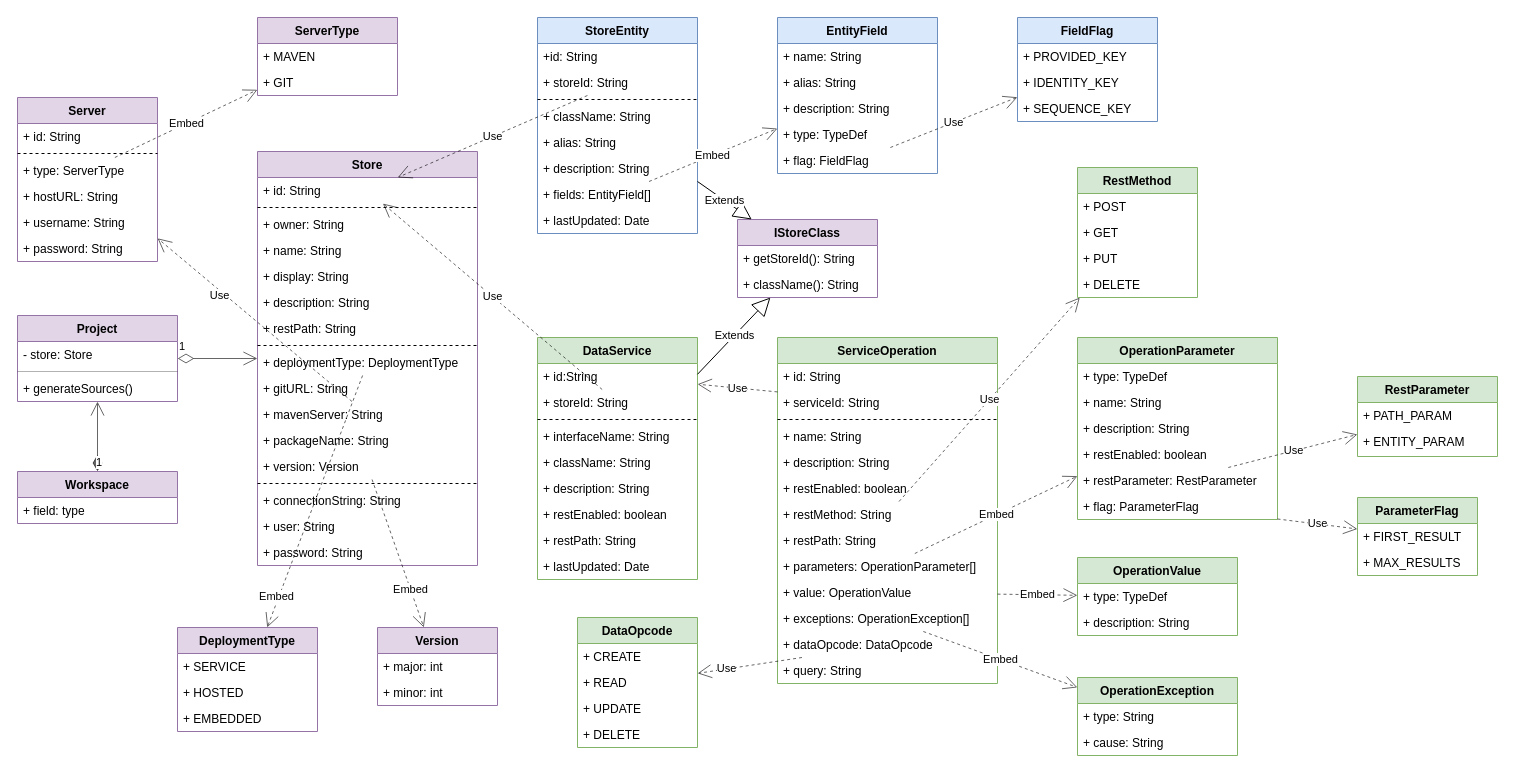
The draw.io diagram page "API Gateway Meta" (1 of 7) of doc/diagrams.drawio in js-lib-com/tiny-store, before the edit. Source tidied: cells renumbered, new cells numbered last; positions are measured from the earlier drawing's top-left corner, leaving out a move shared by most shapes. Both pictures are drawn from the tidied source at 100%, with x=0, y=0 at pixel (17, 17).
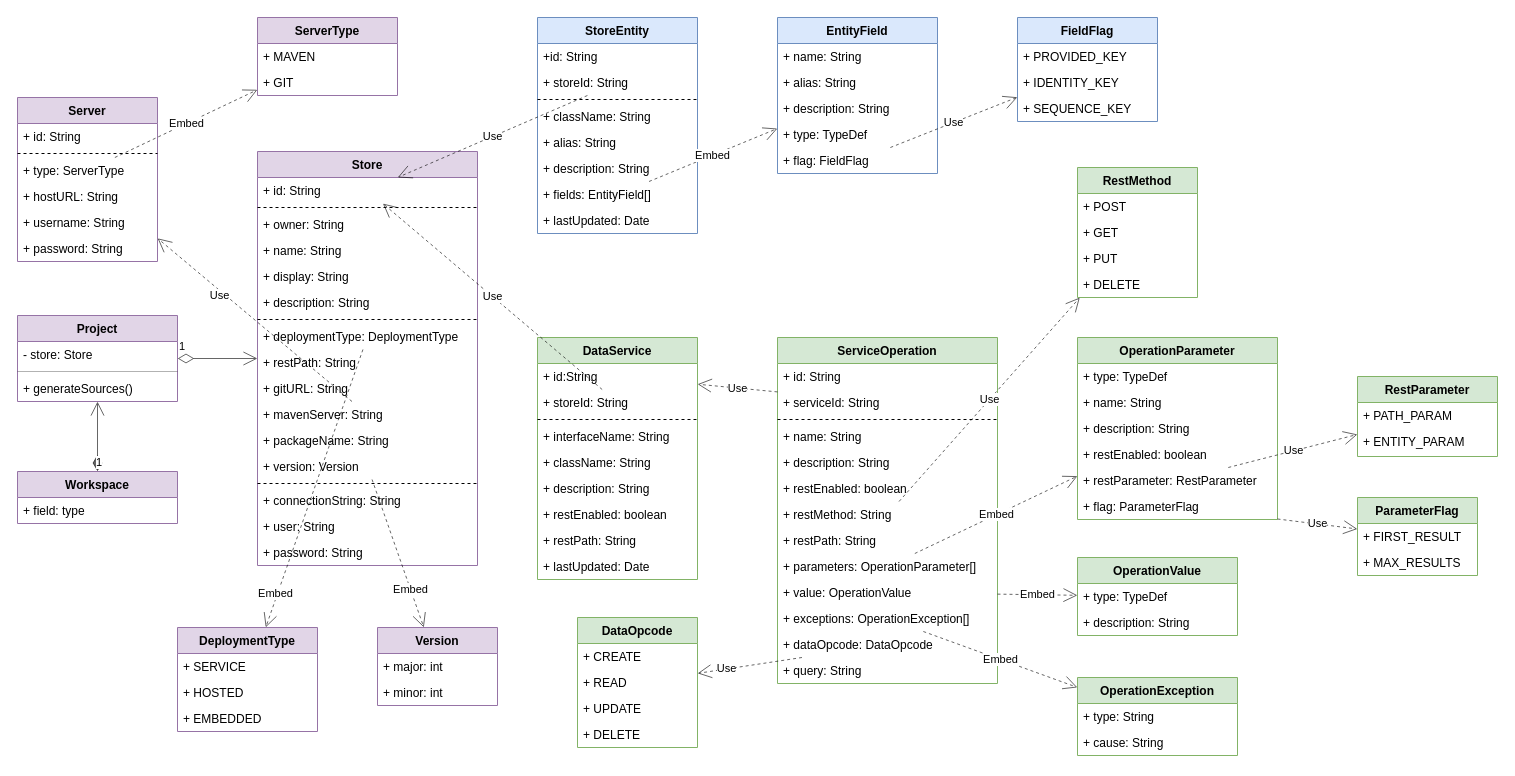
After the change.

Unchanged cells that the change refers to:
```xml
<mxCell id="2" value="Store" style="swimlane;fontStyle=1;align=center;verticalAlign=top;horizontal=1;startSize=26;rounded=0;fillColor=#e1d5e7;strokeColor=#9673a6;" parent="1" vertex="1">
  <mxGeometry x="240" y="134" width="220" height="414" as="geometry" />
</mxCell>
<mxCell id="20" value="StoreEntity" style="swimlane;fontStyle=1;align=center;verticalAlign=top;horizontal=1;startSize=26;rounded=0;fillColor=#dae8fc;strokeColor=#6c8ebf;" parent="1" vertex="1">
  <mxGeometry x="520" width="160" height="216" as="geometry" />
</mxCell>
<mxCell id="29" value="DataService" style="swimlane;fontStyle=1;align=center;verticalAlign=top;horizontal=1;startSize=26;rounded=0;fillColor=#d5e8d4;strokeColor=#82b366;" parent="1" vertex="1">
  <mxGeometry x="520" y="320" width="160" height="242" as="geometry" />
</mxCell>
```

Change to the diagram source:
```diff
@@
-    <mxCell id="9" value="+ restPath: String" style="text;strokeColor=none;fillColor=none;align=left;verticalAlign=top;spacingLeft=4;spacingRight=4;overflow=hidden;" parent="2" vertex="1">
-      <mxGeometry y="164" width="220" height="26" as="geometry" />
-    </mxCell>
     <mxCell id="10" style="line;strokeWidth=1;fillColor=none;align=left;verticalAlign=middle;spacingTop=-1;spacingLeft=3;spacingRight=3;labelPosition=right;dashed=1;" parent="2" vertex="1">
-      <mxGeometry y="190" width="220" height="8" as="geometry" />
+      <mxGeometry y="164" width="220" height="8" as="geometry" />
     </mxCell>
     <mxCell id="11" value="+ deploymentType: DeploymentType" style="text;strokeColor=none;fillColor=none;align=left;verticalAlign=top;spacingLeft=4;spacingRight=4;overflow=hidden;points=[[0,0.5],[1,0.5]];portConstraint=eastwest;" parent="2" vertex="1">
-      <mxGeometry y="198" width="220" height="26" as="geometry" />
+      <mxGeometry y="172" width="220" height="26" as="geometry" />
     </mxCell>
+    <mxCell id="9" value="+ restPath: String" style="text;strokeColor=none;fillColor=none;align=left;verticalAlign=top;spacingLeft=4;spacingRight=4;overflow=hidden;" parent="2" vertex="1">
+      <mxGeometry y="198" width="220" height="26" as="geometry" />
+    </mxCell>
@@
-    <mxCell id="133" value="IStoreClass" style="swimlane;fontStyle=1;horizontal=1;startSize=26;fillColor=#e1d5e7;strokeColor=#9673a6;" parent="1" vertex="1">
-      <mxGeometry x="720" y="202" width="140" height="78" as="geometry" />
-    </mxCell>
-    <mxCell id="134" value="+ getStoreId(): String" style="text;strokeColor=none;fillColor=none;align=left;verticalAlign=top;spacingLeft=4;spacingRight=4;overflow=hidden;" parent="133" vertex="1">
-      <mxGeometry y="26" width="140" height="26" as="geometry" />
-    </mxCell>
-    <mxCell id="135" value="+ className(): String" style="text;strokeColor=none;fillColor=none;align=left;verticalAlign=top;spacingLeft=4;spacingRight=4;overflow=hidden;" parent="133" vertex="1">
-      <mxGeometry y="52" width="140" height="26" as="geometry" />
-    </mxCell>
-    <mxCell id="136" value="Extends" style="endArrow=block;endSize=16;endFill=0;html=1;rounded=0;" parent="1" edge="1" source="20" target="133">
-      <mxGeometry relative="1" as="geometry" />
-    </mxCell>
-    <mxCell id="137" value="Extends" style="endArrow=block;endSize=16;endFill=0;html=1;rounded=0;" parent="1" edge="1" source="29" target="133">
-      <mxGeometry relative="1" as="geometry" />
-    </mxCell>
```
